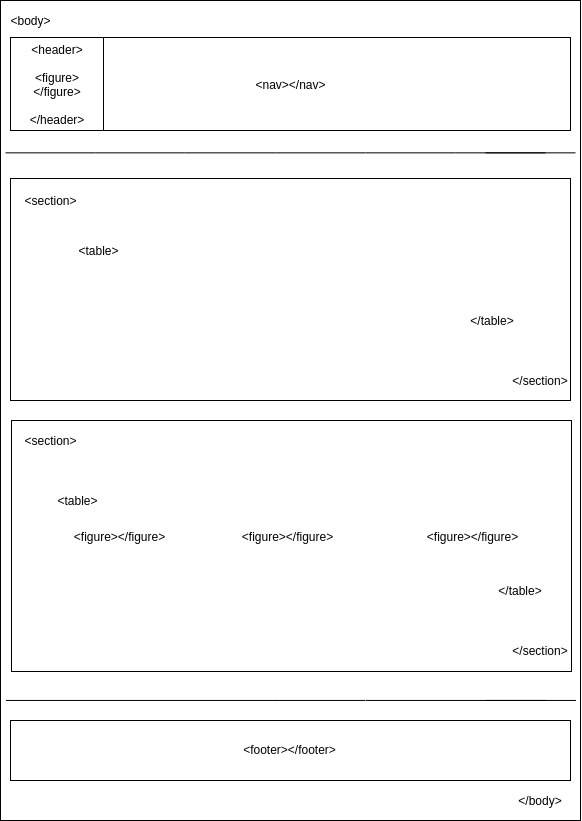
Earlier version of the draw.io export wireframes/urgenceWireframe.png (StevenSpy/medicalCenter). Source tidied: cells renumbered, new cells last; positions are measured from the earlier drawing's top-left corner, leaving out a move shared by most shapes. Its diagram source:
```xml
<mxGraphModel>
  <root>
    <mxCell id="0" />
    <mxCell id="1" parent="0" />
    <mxCell id="2" style="rounded=0;whiteSpace=wrap;html=1;" parent="1" vertex="1">
      <mxGeometry width="580" height="820" as="geometry" />
    </mxCell>
    <mxCell id="3" value="&amp;lt;body&amp;gt;" style="text;html=1;strokeColor=none;fillColor=none;align=center;verticalAlign=middle;whiteSpace=wrap;rounded=0;" parent="1" vertex="1">
      <mxGeometry x="10" y="10" width="40" height="20" as="geometry" />
    </mxCell>
    <mxCell id="4" value="&amp;lt;/body&amp;gt;" style="text;html=1;strokeColor=none;fillColor=none;align=center;verticalAlign=middle;whiteSpace=wrap;rounded=0;" parent="1" vertex="1">
      <mxGeometry x="520" y="790" width="40" height="20" as="geometry" />
    </mxCell>
    <mxCell id="5" style="rounded=0;whiteSpace=wrap;html=1;" parent="1" vertex="1">
      <mxGeometry x="10" y="37" width="560" height="93" as="geometry" />
    </mxCell>
    <mxCell id="6" style="whiteSpace=wrap;html=1;" parent="1" vertex="1">
      <mxGeometry x="10" y="37" width="93" height="93" as="geometry" />
    </mxCell>
    <mxCell id="7" value="&amp;lt;header&amp;gt;&lt;br&gt;&lt;br&gt;&amp;lt;figure&amp;gt;&amp;lt;/figure&amp;gt;&lt;br&gt;&lt;br&gt;&amp;lt;/header&amp;gt;" style="text;html=1;strokeColor=none;fillColor=none;align=center;verticalAlign=middle;whiteSpace=wrap;rounded=0;" parent="1" vertex="1">
      <mxGeometry x="36.5" y="72.5" width="40" height="22" as="geometry" />
    </mxCell>
    <mxCell id="8" value="&amp;lt;nav&amp;gt;&amp;lt;/nav&amp;gt;" style="text;html=1;strokeColor=none;fillColor=none;align=center;verticalAlign=middle;whiteSpace=wrap;rounded=0;" parent="1" vertex="1">
      <mxGeometry x="246" y="73.5" width="89" height="20" as="geometry" />
    </mxCell>
    <mxCell id="9" style="endArrow=none;html=1;" parent="1" edge="1">
      <mxGeometry relative="1" as="geometry">
        <mxPoint x="5" y="152.4" as="sourcePoint" />
        <mxPoint x="95" y="152.4" as="targetPoint" />
      </mxGeometry>
    </mxCell>
    <mxCell id="10" style="endArrow=none;html=1;" parent="1" edge="1">
      <mxGeometry relative="1" as="geometry">
        <mxPoint x="95" y="152.4" as="sourcePoint" />
        <mxPoint x="185" y="152.4" as="targetPoint" />
      </mxGeometry>
    </mxCell>
    <mxCell id="11" style="endArrow=none;html=1;" parent="1" edge="1">
      <mxGeometry relative="1" as="geometry">
        <mxPoint x="185" y="152.4" as="sourcePoint" />
        <mxPoint x="275" y="152.4" as="targetPoint" />
      </mxGeometry>
    </mxCell>
    <mxCell id="12" style="endArrow=none;html=1;" parent="1" edge="1">
      <mxGeometry relative="1" as="geometry">
        <mxPoint x="275" y="152.4" as="sourcePoint" />
        <mxPoint x="365" y="152.4" as="targetPoint" />
      </mxGeometry>
    </mxCell>
    <mxCell id="13" style="endArrow=none;html=1;" parent="1" edge="1">
      <mxGeometry relative="1" as="geometry">
        <mxPoint x="365" y="152.4" as="sourcePoint" />
        <mxPoint x="455" y="152.4" as="targetPoint" />
      </mxGeometry>
    </mxCell>
    <mxCell id="14" style="endArrow=none;html=1;" parent="1" edge="1">
      <mxGeometry relative="1" as="geometry">
        <mxPoint x="455" y="152.4" as="sourcePoint" />
        <mxPoint x="545" y="152.4" as="targetPoint" />
      </mxGeometry>
    </mxCell>
    <mxCell id="15" style="endArrow=none;html=1;" parent="1" edge="1">
      <mxGeometry relative="1" as="geometry">
        <mxPoint x="485" y="152.4" as="sourcePoint" />
        <mxPoint x="575" y="152.4" as="targetPoint" />
      </mxGeometry>
    </mxCell>
    <mxCell id="16" style="rounded=0;whiteSpace=wrap;html=1;" parent="1" vertex="1">
      <mxGeometry x="10" y="178" width="560" height="222" as="geometry" />
    </mxCell>
    <mxCell id="17" value="&amp;lt;footer&amp;gt;&amp;lt;/footer&amp;gt;" style="rounded=0;whiteSpace=wrap;html=1;" parent="1" vertex="1">
      <mxGeometry x="10" y="720" width="560" height="60" as="geometry" />
    </mxCell>
    <mxCell id="18" value="&amp;lt;section&amp;gt;" style="text;html=1;strokeColor=none;fillColor=none;align=center;verticalAlign=middle;whiteSpace=wrap;rounded=0;" parent="1" vertex="1">
      <mxGeometry x="30" y="190" width="40" height="20" as="geometry" />
    </mxCell>
    <mxCell id="19" value="&amp;lt;/section&amp;gt;" style="text;html=1;strokeColor=none;fillColor=none;align=center;verticalAlign=middle;whiteSpace=wrap;rounded=0;" parent="1" vertex="1">
      <mxGeometry x="520" y="370" width="40" height="20" as="geometry" />
    </mxCell>
    <mxCell id="20" style="endArrow=none;html=1;" parent="1" edge="1">
      <mxGeometry relative="1" as="geometry">
        <mxPoint x="5.5" y="699.9" as="sourcePoint" />
        <mxPoint x="95.5" y="699.9" as="targetPoint" />
      </mxGeometry>
    </mxCell>
    <mxCell id="21" style="endArrow=none;html=1;" parent="1" edge="1">
      <mxGeometry relative="1" as="geometry">
        <mxPoint x="95.5" y="699.9" as="sourcePoint" />
        <mxPoint x="185.5" y="699.9" as="targetPoint" />
      </mxGeometry>
    </mxCell>
    <mxCell id="22" style="endArrow=none;html=1;" parent="1" edge="1">
      <mxGeometry relative="1" as="geometry">
        <mxPoint x="185.5" y="699.9" as="sourcePoint" />
        <mxPoint x="275.5" y="699.9" as="targetPoint" />
      </mxGeometry>
    </mxCell>
    <mxCell id="23" style="endArrow=none;html=1;" parent="1" edge="1">
      <mxGeometry relative="1" as="geometry">
        <mxPoint x="275" y="699.9" as="sourcePoint" />
        <mxPoint x="365" y="699.9" as="targetPoint" />
      </mxGeometry>
    </mxCell>
    <mxCell id="24" style="endArrow=none;html=1;" parent="1" edge="1">
      <mxGeometry relative="1" as="geometry">
        <mxPoint x="365.5" y="699.9" as="sourcePoint" />
        <mxPoint x="455.5" y="699.9" as="targetPoint" />
      </mxGeometry>
    </mxCell>
    <mxCell id="25" style="endArrow=none;html=1;" parent="1" edge="1">
      <mxGeometry relative="1" as="geometry">
        <mxPoint x="455.5" y="699.9" as="sourcePoint" />
        <mxPoint x="545.5" y="699.9" as="targetPoint" />
      </mxGeometry>
    </mxCell>
    <mxCell id="26" style="endArrow=none;html=1;" parent="1" edge="1">
      <mxGeometry relative="1" as="geometry">
        <mxPoint x="485.5" y="699.9" as="sourcePoint" />
        <mxPoint x="575.5" y="699.9" as="targetPoint" />
      </mxGeometry>
    </mxCell>
    <mxCell id="27" style="rounded=0;whiteSpace=wrap;html=1;" parent="1" vertex="1">
      <mxGeometry x="11" y="420" width="560" height="251" as="geometry" />
    </mxCell>
    <mxCell id="28" value="&amp;lt;section&amp;gt;" style="text;html=1;strokeColor=none;fillColor=none;align=center;verticalAlign=middle;whiteSpace=wrap;rounded=0;" parent="1" vertex="1">
      <mxGeometry x="30" y="430" width="40" height="20" as="geometry" />
    </mxCell>
    <mxCell id="29" value="&amp;lt;/section&amp;gt;" style="text;html=1;strokeColor=none;fillColor=none;align=center;verticalAlign=middle;whiteSpace=wrap;rounded=0;" parent="1" vertex="1">
      <mxGeometry x="520" y="640" width="40" height="20" as="geometry" />
    </mxCell>
    <mxCell id="30" value="&amp;lt;figure&amp;gt;&amp;lt;/figure&amp;gt;" style="text;html=1;strokeColor=none;fillColor=none;align=center;verticalAlign=middle;whiteSpace=wrap;rounded=0;" parent="1" vertex="1">
      <mxGeometry x="238" y="525.5" width="97" height="20" as="geometry" />
    </mxCell>
    <mxCell id="31" value="&amp;lt;figure&amp;gt;&amp;lt;/figure&amp;gt;" style="text;html=1;strokeColor=none;fillColor=none;align=center;verticalAlign=middle;whiteSpace=wrap;rounded=0;" parent="1" vertex="1">
      <mxGeometry x="70" y="525.5" width="97" height="20" as="geometry" />
    </mxCell>
    <mxCell id="32" value="&amp;lt;figure&amp;gt;&amp;lt;/figure&amp;gt;" style="text;html=1;strokeColor=none;fillColor=none;align=center;verticalAlign=middle;whiteSpace=wrap;rounded=0;" parent="1" vertex="1">
      <mxGeometry x="423" y="525.5" width="97" height="20" as="geometry" />
    </mxCell>
    <mxCell id="33" value="&amp;lt;table&amp;gt;" style="text;html=1;strokeColor=none;fillColor=none;align=center;verticalAlign=middle;whiteSpace=wrap;rounded=0;" parent="1" vertex="1">
      <mxGeometry x="57" y="490" width="40" height="20" as="geometry" />
    </mxCell>
    <mxCell id="34" value="&amp;lt;/table&amp;gt;" style="text;html=1;strokeColor=none;fillColor=none;align=center;verticalAlign=middle;whiteSpace=wrap;rounded=0;" parent="1" vertex="1">
      <mxGeometry x="500" y="580" width="40" height="20" as="geometry" />
    </mxCell>
    <mxCell id="35" value="&amp;lt;table&amp;gt;" style="text;html=1;strokeColor=none;fillColor=none;align=center;verticalAlign=middle;whiteSpace=wrap;rounded=0;" parent="1" vertex="1">
      <mxGeometry x="78.5" y="240" width="40" height="20" as="geometry" />
    </mxCell>
    <mxCell id="36" value="&amp;lt;/table&amp;gt;" style="text;html=1;strokeColor=none;fillColor=none;align=center;verticalAlign=middle;whiteSpace=wrap;rounded=0;" parent="1" vertex="1">
      <mxGeometry x="471.5" y="310" width="40" height="20" as="geometry" />
    </mxCell>
  </root>
</mxGraphModel>
```
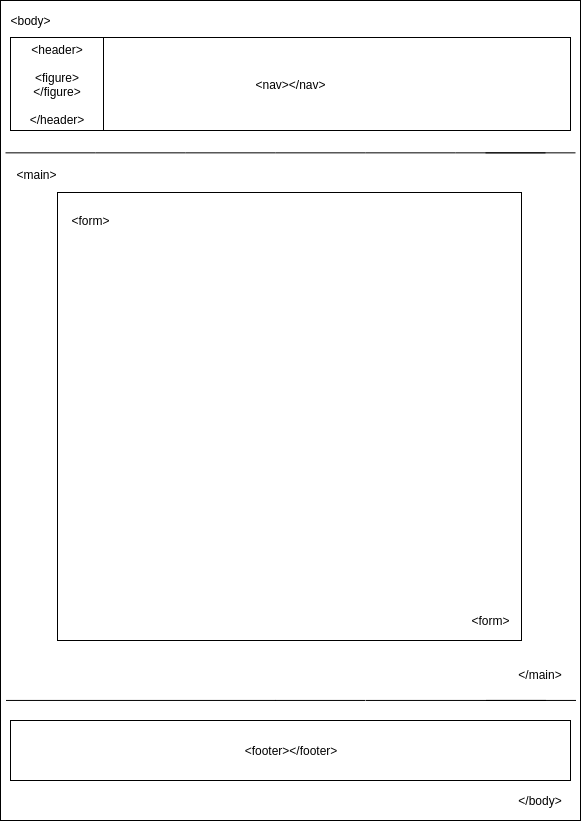
The same diagram one commit later.

The edit, as a diff of the source:
```diff
@@ -65,18 +65,9 @@
         <mxPoint x="575" y="152.4" as="targetPoint" />
       </mxGeometry>
     </mxCell>
-    <mxCell id="16" style="rounded=0;whiteSpace=wrap;html=1;" parent="1" vertex="1">
-      <mxGeometry x="10" y="178" width="560" height="222" as="geometry" />
-    </mxCell>
     <mxCell id="17" value="&amp;lt;footer&amp;gt;&amp;lt;/footer&amp;gt;" style="rounded=0;whiteSpace=wrap;html=1;" parent="1" vertex="1">
       <mxGeometry x="10" y="720" width="560" height="60" as="geometry" />
     </mxCell>
-    <mxCell id="18" value="&amp;lt;section&amp;gt;" style="text;html=1;strokeColor=none;fillColor=none;align=center;verticalAlign=middle;whiteSpace=wrap;rounded=0;" parent="1" vertex="1">
-      <mxGeometry x="30" y="190" width="40" height="20" as="geometry" />
-    </mxCell>
-    <mxCell id="19" value="&amp;lt;/section&amp;gt;" style="text;html=1;strokeColor=none;fillColor=none;align=center;verticalAlign=middle;whiteSpace=wrap;rounded=0;" parent="1" vertex="1">
-      <mxGeometry x="520" y="370" width="40" height="20" as="geometry" />
-    </mxCell>
     <mxCell id="20" style="endArrow=none;html=1;" parent="1" edge="1">
       <mxGeometry relative="1" as="geometry">
         <mxPoint x="5.5" y="699.9" as="sourcePoint" />
@@ -119,35 +110,20 @@
         <mxPoint x="575.5" y="699.9" as="targetPoint" />
       </mxGeometry>
     </mxCell>
-    <mxCell id="27" style="rounded=0;whiteSpace=wrap;html=1;" parent="1" vertex="1">
-      <mxGeometry x="11" y="420" width="560" height="251" as="geometry" />
-    </mxCell>
-    <mxCell id="28" value="&amp;lt;section&amp;gt;" style="text;html=1;strokeColor=none;fillColor=none;align=center;verticalAlign=middle;whiteSpace=wrap;rounded=0;" parent="1" vertex="1">
-      <mxGeometry x="30" y="430" width="40" height="20" as="geometry" />
-    </mxCell>
-    <mxCell id="29" value="&amp;lt;/section&amp;gt;" style="text;html=1;strokeColor=none;fillColor=none;align=center;verticalAlign=middle;whiteSpace=wrap;rounded=0;" parent="1" vertex="1">
-      <mxGeometry x="520" y="640" width="40" height="20" as="geometry" />
-    </mxCell>
-    <mxCell id="30" value="&amp;lt;figure&amp;gt;&amp;lt;/figure&amp;gt;" style="text;html=1;strokeColor=none;fillColor=none;align=center;verticalAlign=middle;whiteSpace=wrap;rounded=0;" parent="1" vertex="1">
-      <mxGeometry x="238" y="525.5" width="97" height="20" as="geometry" />
-    </mxCell>
-    <mxCell id="31" value="&amp;lt;figure&amp;gt;&amp;lt;/figure&amp;gt;" style="text;html=1;strokeColor=none;fillColor=none;align=center;verticalAlign=middle;whiteSpace=wrap;rounded=0;" parent="1" vertex="1">
-      <mxGeometry x="70" y="525.5" width="97" height="20" as="geometry" />
-    </mxCell>
-    <mxCell id="32" value="&amp;lt;figure&amp;gt;&amp;lt;/figure&amp;gt;" style="text;html=1;strokeColor=none;fillColor=none;align=center;verticalAlign=middle;whiteSpace=wrap;rounded=0;" parent="1" vertex="1">
-      <mxGeometry x="423" y="525.5" width="97" height="20" as="geometry" />
-    </mxCell>
-    <mxCell id="33" value="&amp;lt;table&amp;gt;" style="text;html=1;strokeColor=none;fillColor=none;align=center;verticalAlign=middle;whiteSpace=wrap;rounded=0;" parent="1" vertex="1">
-      <mxGeometry x="57" y="490" width="40" height="20" as="geometry" />
-    </mxCell>
-    <mxCell id="34" value="&amp;lt;/table&amp;gt;" style="text;html=1;strokeColor=none;fillColor=none;align=center;verticalAlign=middle;whiteSpace=wrap;rounded=0;" parent="1" vertex="1">
-      <mxGeometry x="500" y="580" width="40" height="20" as="geometry" />
-    </mxCell>
-    <mxCell id="35" value="&amp;lt;table&amp;gt;" style="text;html=1;strokeColor=none;fillColor=none;align=center;verticalAlign=middle;whiteSpace=wrap;rounded=0;" parent="1" vertex="1">
-      <mxGeometry x="78.5" y="240" width="40" height="20" as="geometry" />
-    </mxCell>
-    <mxCell id="36" value="&amp;lt;/table&amp;gt;" style="text;html=1;strokeColor=none;fillColor=none;align=center;verticalAlign=middle;whiteSpace=wrap;rounded=0;" parent="1" vertex="1">
-      <mxGeometry x="471.5" y="310" width="40" height="20" as="geometry" />
-    </mxCell>
+    <mxCell id="37" value="&amp;lt;main&amp;gt;" style="text;html=1;strokeColor=none;fillColor=none;align=center;verticalAlign=middle;whiteSpace=wrap;rounded=0;" parent="1" vertex="1">
+      <mxGeometry x="16.5" y="164" width="40" height="20" as="geometry" />
+    </mxCell>
+    <mxCell id="38" value="&amp;lt;/main&amp;gt;" style="text;html=1;strokeColor=none;fillColor=none;align=center;verticalAlign=middle;whiteSpace=wrap;rounded=0;" parent="1" vertex="1">
+      <mxGeometry x="520" y="664" width="40" height="20" as="geometry" />
+    </mxCell>
+    <mxCell id="39" style="rounded=0;whiteSpace=wrap;html=1;" parent="1" vertex="1">
+      <mxGeometry x="57" y="192" width="464" height="448" as="geometry" />
+    </mxCell>
+    <mxCell id="40" value="&amp;lt;form&amp;gt;" style="text;html=1;strokeColor=none;fillColor=none;align=center;verticalAlign=middle;whiteSpace=wrap;rounded=0;" parent="1" vertex="1">
+      <mxGeometry x="70" y="210" width="40" height="20" as="geometry" />
+    </mxCell>
+    <mxCell id="41" value="&amp;lt;form&amp;gt;" style="text;html=1;strokeColor=none;fillColor=none;align=center;verticalAlign=middle;whiteSpace=wrap;rounded=0;" parent="1" vertex="1">
+      <mxGeometry x="470" y="610" width="40" height="20" as="geometry" />
+    </mxCell>
   </root>
 </mxGraphModel>
```
